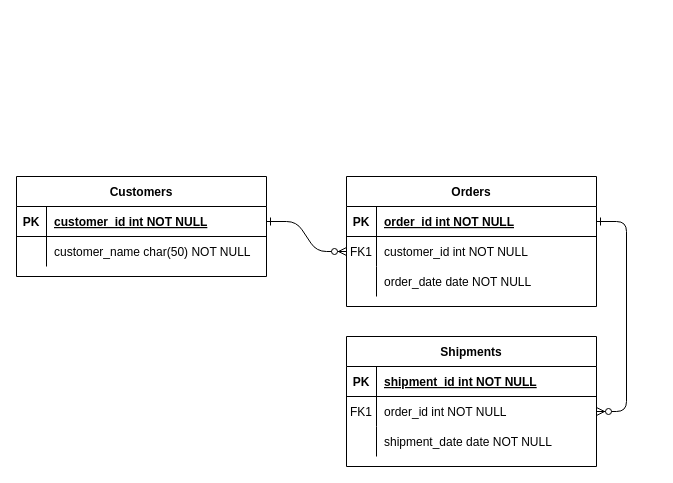
Earlier version of the draw.io diagram DBSemTaskHEPMIU/RMhepimu.drawio (urbanoliver/HEPMIU_DB1Gyak). Source tidied: cells renumbered, new cells numbered last; positions are measured from the earlier drawing's top-left corner, leaving out a move shared by most shapes. Both pictures are drawn from the tidied source at 100%, with x=0, y=0 at pixel (16, 176).
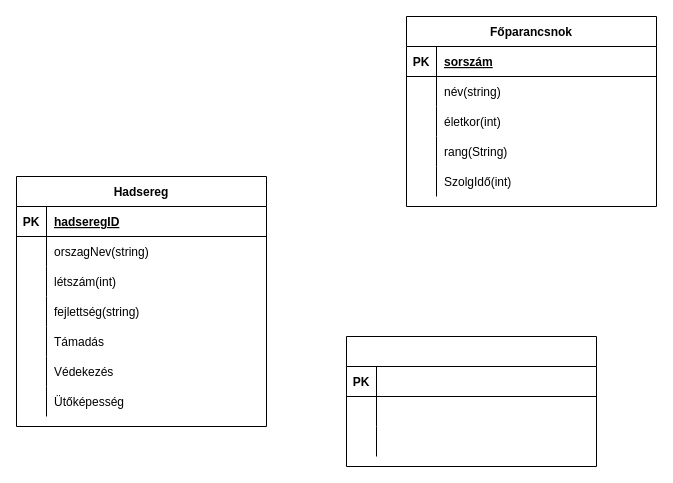
The same diagram, later.

Unchanged cells that the change refers to:
```xml
<mxCell id="5" style="shape=partialRectangle;fillColor=none;points=[[0,0.5],[1,0.5]];portConstraint=eastwest;top=0;left=0;right=0;bottom=1;" parent="4" vertex="1">
  <mxGeometry y="30" width="250" height="30" as="geometry" />
</mxCell>
<mxCell id="8" style="shape=partialRectangle;fillColor=none;points=[[0,0.5],[1,0.5]];portConstraint=eastwest;top=0;left=0;right=0;bottom=0;" parent="4" vertex="1">
  <mxGeometry y="60" width="250" height="30" as="geometry" />
</mxCell>
<mxCell id="15" style="shape=partialRectangle;fillColor=none;top=0;left=0;right=0;bottom=1;" parent="14" vertex="1">
  <mxGeometry y="30" width="250" height="30" as="geometry" />
</mxCell>
<mxCell id="18" style="shape=partialRectangle;fillColor=none;points=[[0,0.5],[1,0.5]];portConstraint=eastwest;top=0;left=0;right=0;bottom=0;" parent="14" vertex="1">
  <mxGeometry y="60" width="250" height="30" as="geometry" />
</mxCell>
<mxCell id="21" style="shape=partialRectangle;fillColor=none;top=0;left=0;right=0;bottom=0;" parent="14" vertex="1">
  <mxGeometry y="90" width="250" height="30" as="geometry" />
</mxCell>
<mxCell id="25" style="shape=partialRectangle;fillColor=none;points=[[0,0.5],[1,0.5]];portConstraint=eastwest;top=0;left=0;right=0;bottom=1;" parent="24" vertex="1">
  <mxGeometry y="30" width="250" height="30" as="geometry" />
</mxCell>
<mxCell id="28" style="shape=partialRectangle;fillColor=none;top=0;left=0;right=0;bottom=0;" parent="24" vertex="1">
  <mxGeometry y="60" width="250" height="30" as="geometry" />
</mxCell>
```

Diff of the diagram source:
```diff
@@
-    <mxCell id="2" style="edgeStyle=entityRelationEdgeStyle;endArrow=ERzeroToMany;startArrow=ERone;endFill=1;startFill=0;" parent="1" edge="1" source="25" target="8">
-      <mxGeometry relative="1" as="geometry" />
-    </mxCell>
-    <mxCell id="3" style="edgeStyle=entityRelationEdgeStyle;endArrow=ERzeroToMany;startArrow=ERone;endFill=1;startFill=0;" parent="1" edge="1" source="5" target="18">
-      <mxGeometry relative="1" as="geometry" />
-    </mxCell>
-    <mxCell id="4" value="Orders" style="shape=table;startSize=30;childLayout=tableLayout;rowLines=0;fontStyle=1;align=center;" parent="1" vertex="1">
-      <mxGeometry x="330" width="250" height="130" as="geometry" />
+    <mxCell id="4" value="Főparancsnok" style="shape=table;startSize=30;childLayout=tableLayout;rowLines=0;fontStyle=1;align=center;" parent="1" vertex="1">
+      <mxGeometry x="390" y="-160" width="250" height="190" as="geometry" />
     </mxCell>
@@
-    <mxCell id="7" value="order_id int NOT NULL " style="shape=partialRectangle;overflow=hidden;fillColor=none;top=0;left=0;bottom=0;right=0;align=left;spacingLeft=6;fontStyle=5;" parent="5" vertex="1">
+    <mxCell id="7" value="sorszám" style="shape=partialRectangle;overflow=hidden;fillColor=none;top=0;left=0;bottom=0;right=0;align=left;spacingLeft=6;fontStyle=5;" parent="5" vertex="1">
       <mxGeometry x="30" width="220" height="30" as="geometry" />
     </mxCell>
@@
-    <mxCell id="9" value="FK1" style="shape=partialRectangle;overflow=hidden;fillColor=none;top=0;left=0;bottom=0;right=0;" parent="8" vertex="1">
+    <mxCell id="9" style="shape=partialRectangle;overflow=hidden;fillColor=none;top=0;left=0;bottom=0;right=0;" parent="8" vertex="1">
       <mxGeometry width="30" height="30" as="geometry" />
     </mxCell>
-    <mxCell id="10" value="customer_id int NOT NULL" style="shape=partialRectangle;overflow=hidden;fillColor=none;top=0;left=0;bottom=0;right=0;align=left;spacingLeft=6;" parent="8" vertex="1">
+    <mxCell id="10" value="név(string)" style="shape=partialRectangle;overflow=hidden;fillColor=none;top=0;left=0;bottom=0;right=0;align=left;spacingLeft=6;" parent="8" vertex="1">
       <mxGeometry x="30" width="220" height="30" as="geometry" />
     </mxCell>
-    <mxCell id="11" style="shape=partialRectangle;fillColor=none;top=0;left=0;right=0;bottom=0;" parent="4" vertex="1">
-      <mxGeometry y="90" width="250" height="30" as="geometry" />
-    </mxCell>
-    <mxCell id="12" style="shape=partialRectangle;overflow=hidden;fillColor=none;top=0;left=0;bottom=0;right=0;" parent="11" vertex="1">
-      <mxGeometry width="30" height="30" as="geometry" />
-    </mxCell>
-    <mxCell id="13" value="order_date date NOT NULL" style="shape=partialRectangle;overflow=hidden;fillColor=none;top=0;left=0;bottom=0;right=0;align=left;spacingLeft=6;" parent="11" vertex="1">
-      <mxGeometry x="30" width="220" height="30" as="geometry" />
-    </mxCell>
+    <mxCell id="31" style="shape=tableRow;horizontal=0;startSize=0;swimlaneHead=0;swimlaneBody=0;fillColor=none;top=0;left=0;right=0;bottom=0;" parent="4" vertex="1">
+      <mxGeometry y="90" width="250" height="30" as="geometry" />
+    </mxCell>
+    <mxCell id="32" style="shape=partialRectangle;fillColor=none;top=0;left=0;bottom=0;right=0;overflow=hidden;" parent="31" vertex="1">
+      <mxGeometry width="30" height="30" as="geometry" />
+    </mxCell>
+    <mxCell id="33" value="életkor(int)" style="shape=partialRectangle;fillColor=none;top=0;left=0;bottom=0;right=0;align=left;spacingLeft=6;overflow=hidden;" parent="31" vertex="1">
+      <mxGeometry x="30" width="220" height="30" as="geometry" />
+    </mxCell>
+    <mxCell id="34" style="shape=tableRow;horizontal=0;startSize=0;swimlaneHead=0;swimlaneBody=0;fillColor=none;top=0;left=0;right=0;bottom=0;" parent="4" vertex="1">
+      <mxGeometry y="120" width="250" height="30" as="geometry" />
+    </mxCell>
+    <mxCell id="35" style="shape=partialRectangle;fillColor=none;top=0;left=0;bottom=0;right=0;overflow=hidden;" parent="34" vertex="1">
+      <mxGeometry width="30" height="30" as="geometry" />
+    </mxCell>
+    <mxCell id="36" value="rang(String)" style="shape=partialRectangle;fillColor=none;top=0;left=0;bottom=0;right=0;align=left;spacingLeft=6;overflow=hidden;" parent="34" vertex="1">
+      <mxGeometry x="30" width="220" height="30" as="geometry" />
+    </mxCell>
+    <mxCell id="37" style="shape=tableRow;horizontal=0;startSize=0;swimlaneHead=0;swimlaneBody=0;fillColor=none;top=0;left=0;right=0;bottom=0;" parent="4" vertex="1">
+      <mxGeometry y="150" width="250" height="30" as="geometry" />
+    </mxCell>
+    <mxCell id="38" style="shape=partialRectangle;fillColor=none;top=0;left=0;bottom=0;right=0;overflow=hidden;" parent="37" vertex="1">
+      <mxGeometry width="30" height="30" as="geometry" />
+    </mxCell>
+    <mxCell id="39" value="SzolgIdő(int)" style="shape=partialRectangle;fillColor=none;top=0;left=0;bottom=0;right=0;align=left;spacingLeft=6;overflow=hidden;" parent="37" vertex="1">
+      <mxGeometry x="30" width="220" height="30" as="geometry" />
+    </mxCell>
-    <mxCell id="14" value="Shipments" style="shape=table;startSize=30;childLayout=tableLayout;rowLines=0;fontStyle=1;align=center;" parent="1" vertex="1">
+    <mxCell id="14" style="shape=table;startSize=30;childLayout=tableLayout;rowLines=0;fontStyle=1;align=center;" parent="1" vertex="1">
       <mxGeometry x="330" y="160" width="250" height="130" as="geometry" />
     </mxCell>
@@
-    <mxCell id="17" value="shipment_id int NOT NULL " style="shape=partialRectangle;overflow=hidden;fillColor=none;top=0;left=0;bottom=0;right=0;align=left;spacingLeft=6;fontStyle=5;" parent="15" vertex="1">
+    <mxCell id="17" style="shape=partialRectangle;overflow=hidden;fillColor=none;top=0;left=0;bottom=0;right=0;align=left;spacingLeft=6;fontStyle=5;" parent="15" vertex="1">
       <mxGeometry x="30" width="220" height="30" as="geometry" />
     </mxCell>
@@
-    <mxCell id="19" value="FK1" style="shape=partialRectangle;overflow=hidden;fillColor=none;top=0;left=0;bottom=0;right=0;" parent="18" vertex="1">
+    <mxCell id="19" style="shape=partialRectangle;overflow=hidden;fillColor=none;top=0;left=0;bottom=0;right=0;" parent="18" vertex="1">
       <mxGeometry width="30" height="30" as="geometry" />
     </mxCell>
-    <mxCell id="20" value="order_id int NOT NULL" style="shape=partialRectangle;overflow=hidden;fillColor=none;top=0;left=0;bottom=0;right=0;align=left;spacingLeft=6;" parent="18" vertex="1">
+    <mxCell id="20" style="shape=partialRectangle;overflow=hidden;fillColor=none;top=0;left=0;bottom=0;right=0;align=left;spacingLeft=6;" parent="18" vertex="1">
       <mxGeometry x="30" width="220" height="30" as="geometry" />
     </mxCell>
@@
-    <mxCell id="23" value="shipment_date date NOT NULL" style="shape=partialRectangle;overflow=hidden;fillColor=none;top=0;left=0;bottom=0;right=0;align=left;spacingLeft=6;" parent="21" vertex="1">
+    <mxCell id="23" style="shape=partialRectangle;overflow=hidden;fillColor=none;top=0;left=0;bottom=0;right=0;align=left;spacingLeft=6;" parent="21" vertex="1">
       <mxGeometry x="30" width="220" height="30" as="geometry" />
     </mxCell>
-    <mxCell id="24" value="Customers" style="shape=table;startSize=30;childLayout=tableLayout;rowLines=0;fontStyle=1;align=center;" parent="1" vertex="1">
-      <mxGeometry width="250" height="100" as="geometry" />
+    <mxCell id="24" value="Hadsereg" style="shape=table;startSize=30;childLayout=tableLayout;rowLines=0;fontStyle=1;align=center;" parent="1" vertex="1">
+      <mxGeometry width="250" height="250" as="geometry" />
     </mxCell>
@@
-    <mxCell id="27" value="customer_id int NOT NULL " style="shape=partialRectangle;overflow=hidden;fillColor=none;top=0;left=0;bottom=0;right=0;align=left;spacingLeft=6;fontStyle=5;" parent="25" vertex="1">
+    <mxCell id="27" value="hadseregID" style="shape=partialRectangle;overflow=hidden;fillColor=none;top=0;left=0;bottom=0;right=0;align=left;spacingLeft=6;fontStyle=5;" parent="25" vertex="1">
       <mxGeometry x="30" width="220" height="30" as="geometry" />
     </mxCell>
@@
-    <mxCell id="30" value="customer_name char(50) NOT NULL" style="shape=partialRectangle;overflow=hidden;fillColor=none;top=0;left=0;bottom=0;right=0;align=left;spacingLeft=6;" parent="28" vertex="1">
+    <mxCell id="30" value="orszagNev(string)" style="shape=partialRectangle;overflow=hidden;fillColor=none;top=0;left=0;bottom=0;right=0;align=left;spacingLeft=6;" parent="28" vertex="1">
       <mxGeometry x="30" width="220" height="30" as="geometry" />
     </mxCell>
+    <mxCell id="40" style="shape=tableRow;horizontal=0;startSize=0;swimlaneHead=0;swimlaneBody=0;fillColor=none;top=0;left=0;right=0;bottom=0;" parent="24" vertex="1">
+      <mxGeometry y="90" width="250" height="30" as="geometry" />
+    </mxCell>
+    <mxCell id="41" style="shape=partialRectangle;fillColor=none;top=0;left=0;bottom=0;right=0;overflow=hidden;" parent="40" vertex="1">
+      <mxGeometry width="30" height="30" as="geometry" />
+    </mxCell>
+    <mxCell id="42" value="létszám(int)" style="shape=partialRectangle;fillColor=none;top=0;left=0;bottom=0;right=0;align=left;spacingLeft=6;overflow=hidden;" parent="40" vertex="1">
+      <mxGeometry x="30" width="220" height="30" as="geometry" />
+    </mxCell>
+    <mxCell id="43" style="shape=tableRow;horizontal=0;startSize=0;swimlaneHead=0;swimlaneBody=0;fillColor=none;top=0;left=0;right=0;bottom=0;" parent="24" vertex="1">
+      <mxGeometry y="120" width="250" height="30" as="geometry" />
+    </mxCell>
+    <mxCell id="44" style="shape=partialRectangle;fillColor=none;top=0;left=0;bottom=0;right=0;overflow=hidden;" parent="43" vertex="1">
+      <mxGeometry width="30" height="30" as="geometry" />
+    </mxCell>
+    <mxCell id="45" value="fejlettség(string)" style="shape=partialRectangle;fillColor=none;top=0;left=0;bottom=0;right=0;align=left;spacingLeft=6;overflow=hidden;" parent="43" vertex="1">
+      <mxGeometry x="30" width="220" height="30" as="geometry" />
+    </mxCell>
+    <mxCell id="46" style="shape=tableRow;horizontal=0;startSize=0;swimlaneHead=0;swimlaneBody=0;fillColor=none;top=0;left=0;right=0;bottom=0;" parent="24" vertex="1">
+      <mxGeometry y="150" width="250" height="30" as="geometry" />
+    </mxCell>
+    <mxCell id="47" style="shape=partialRectangle;fillColor=none;top=0;left=0;bottom=0;right=0;overflow=hidden;" parent="46" vertex="1">
+      <mxGeometry width="30" height="30" as="geometry" />
+    </mxCell>
+    <mxCell id="48" value="Támadás" style="shape=partialRectangle;fillColor=none;top=0;left=0;bottom=0;right=0;align=left;spacingLeft=6;overflow=hidden;" parent="46" vertex="1">
+      <mxGeometry x="30" width="220" height="30" as="geometry" />
+    </mxCell>
+    <mxCell id="49" style="shape=tableRow;horizontal=0;startSize=0;swimlaneHead=0;swimlaneBody=0;fillColor=none;top=0;left=0;right=0;bottom=0;" parent="24" vertex="1">
+      <mxGeometry y="180" width="250" height="30" as="geometry" />
+    </mxCell>
+    <mxCell id="50" style="shape=partialRectangle;fillColor=none;top=0;left=0;bottom=0;right=0;overflow=hidden;" parent="49" vertex="1">
+      <mxGeometry width="30" height="30" as="geometry" />
+    </mxCell>
+    <mxCell id="51" value="Védekezés" style="shape=partialRectangle;fillColor=none;top=0;left=0;bottom=0;right=0;align=left;spacingLeft=6;overflow=hidden;" parent="49" vertex="1">
+      <mxGeometry x="30" width="220" height="30" as="geometry" />
+    </mxCell>
+    <mxCell id="52" style="shape=tableRow;horizontal=0;startSize=0;swimlaneHead=0;swimlaneBody=0;fillColor=none;top=0;left=0;right=0;bottom=0;" parent="24" vertex="1">
+      <mxGeometry y="210" width="250" height="30" as="geometry" />
+    </mxCell>
+    <mxCell id="53" style="shape=partialRectangle;fillColor=none;top=0;left=0;bottom=0;right=0;overflow=hidden;" parent="52" vertex="1">
+      <mxGeometry width="30" height="30" as="geometry" />
+    </mxCell>
+    <mxCell id="54" value="Ütőképesség" style="shape=partialRectangle;fillColor=none;top=0;left=0;bottom=0;right=0;align=left;spacingLeft=6;overflow=hidden;" parent="52" vertex="1">
+      <mxGeometry x="30" width="220" height="30" as="geometry" />
+    </mxCell>
```
